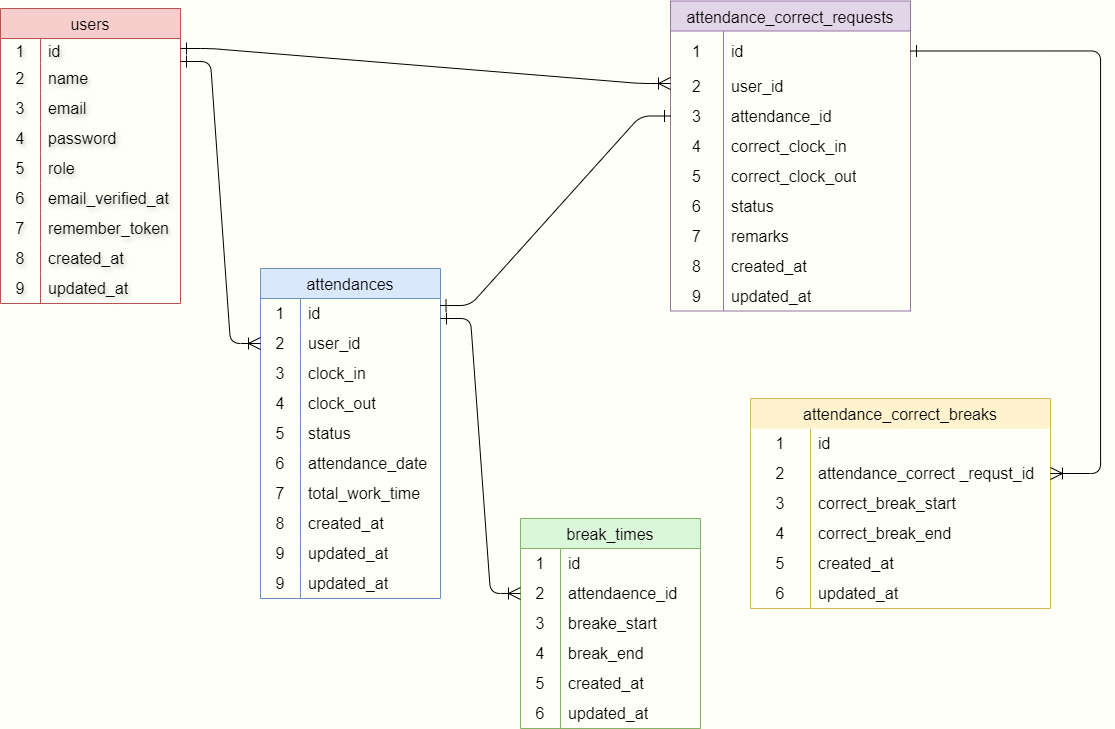
The draw.io diagram kintaikanri-app01.png in hiroko4ikeda8/kintaikanri-app, before a commit. Source tidied: cells renumbered, new cells last; positions are measured from the earlier drawing's top-left corner, leaving out a move shared by most shapes.
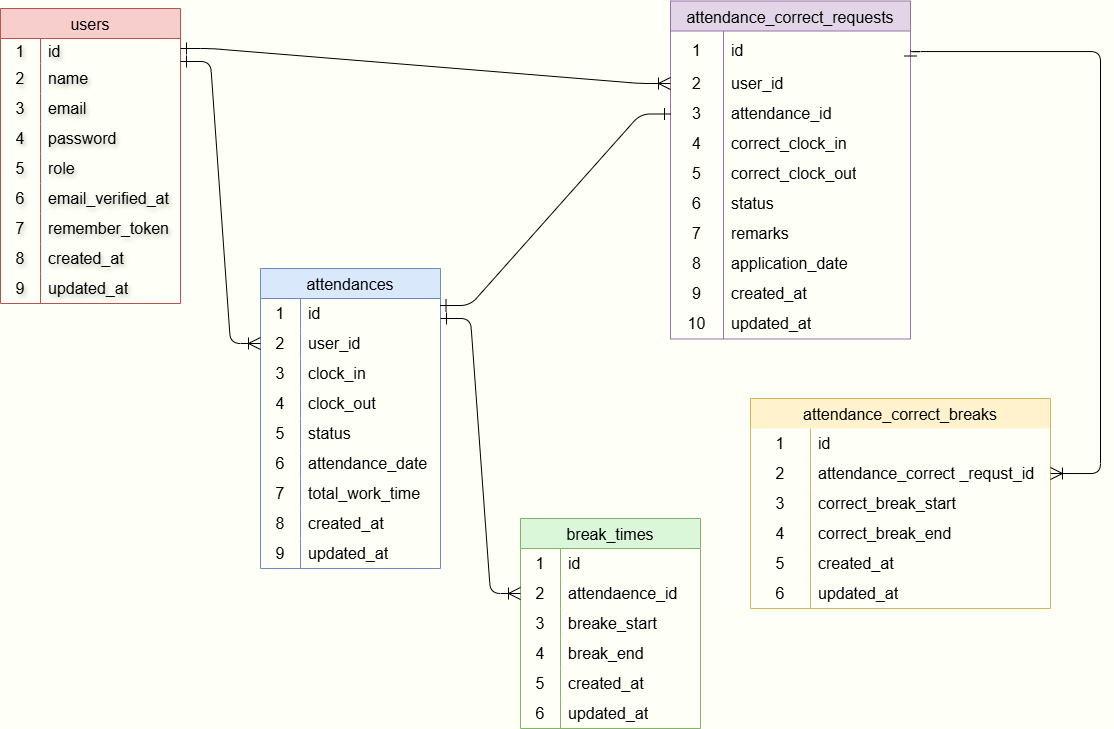
The same file after the commit.

Diff of the diagram source:
```diff
@@ -87,7 +87,7 @@
       <mxGeometry x="40" width="140" height="30" as="geometry" />
     </mxCell>
     <mxCell id="30" value="attendances" style="shape=table;startSize=30;rowLines=0;fontStyle=0;strokeColor=#6c8ebf;fontSize=16;fillColor=#dae8fc;" parent="1" vertex="1">
-      <mxGeometry x="260" y="268" width="180" height="330" as="geometry" />
+      <mxGeometry x="260" y="268" width="180" height="300" as="geometry" />
     </mxCell>
     <mxCell id="31" style="shape=tableRow;horizontal=0;startSize=0;swimlaneHead=0;swimlaneBody=0;top=0;left=0;bottom=0;right=0;fillColor=none;strokeColor=inherit;fontSize=16;" parent="30" vertex="1">
       <mxGeometry y="30" width="180" height="30" as="geometry" />
@@ -170,15 +170,6 @@
     <mxCell id="57" value="&lt;span style=&quot;color: rgb(0, 0, 0);&quot;&gt;updated_at&lt;/span&gt;" style="shape=partialRectangle;html=1;whiteSpace=wrap;fillColor=none;top=0;left=0;bottom=0;right=0;align=left;spacingLeft=6;overflow=hidden;strokeColor=inherit;fontSize=16;" parent="55" vertex="1">
       <mxGeometry x="40" width="140" height="30" as="geometry" />
     </mxCell>
-    <mxCell id="58" style="shape=tableRow;horizontal=0;startSize=0;swimlaneHead=0;swimlaneBody=0;top=0;left=0;bottom=0;right=0;fillColor=none;strokeColor=inherit;fontSize=16;" parent="30" vertex="1">
-      <mxGeometry y="300" width="180" height="30" as="geometry" />
-    </mxCell>
-    <mxCell id="59" value="9" style="shape=partialRectangle;html=1;whiteSpace=wrap;fillColor=none;top=0;left=0;bottom=0;right=0;overflow=hidden;strokeColor=inherit;fontSize=16;" parent="58" vertex="1">
-      <mxGeometry width="40" height="30" as="geometry" />
-    </mxCell>
-    <mxCell id="60" value="&lt;span style=&quot;color: rgb(0, 0, 0);&quot;&gt;updated_at&lt;/span&gt;" style="shape=partialRectangle;html=1;whiteSpace=wrap;fillColor=none;top=0;left=0;bottom=0;right=0;align=left;spacingLeft=6;overflow=hidden;strokeColor=inherit;fontSize=16;" parent="58" vertex="1">
-      <mxGeometry x="40" width="140" height="30" as="geometry" />
-    </mxCell>
     <mxCell id="61" value="break_times" style="shape=table;startSize=30;rowLines=0;fontStyle=0;strokeColor=#82b366;fontSize=16;fillColor=light-dark(#daf7d9, #1f2f1e);" parent="1" vertex="1">
       <mxGeometry x="520" y="518" width="180" height="210" as="geometry" />
     </mxCell>
@@ -237,19 +228,19 @@
       <mxGeometry x="40" width="140" height="30" as="geometry" />
     </mxCell>
     <mxCell id="80" value="attendance_correct_requests" style="shape=table;startSize=30;rowLines=0;fontStyle=0;strokeColor=#9673a6;fontSize=16;rounded=0;fillColor=#e1d5e7;" parent="1" vertex="1">
-      <mxGeometry x="670" y="0.5" width="240" height="310" as="geometry" />
+      <mxGeometry x="670" y="0.5" width="240" height="338" as="geometry" />
     </mxCell>
     <mxCell id="81" style="shape=tableRow;horizontal=0;startSize=0;swimlaneHead=0;swimlaneBody=0;top=0;left=0;bottom=0;right=0;fillColor=none;points=[[0,0.5],[1,0.5]];portConstraint=eastwest;strokeColor=inherit;fontSize=16;" parent="80" vertex="1">
-      <mxGeometry y="30" width="240" height="40" as="geometry" />
+      <mxGeometry y="30" width="240" height="38" as="geometry" />
     </mxCell>
     <mxCell id="82" value="1" style="shape=partialRectangle;html=1;whiteSpace=wrap;fillColor=none;top=0;left=0;bottom=0;right=0;overflow=hidden;strokeColor=inherit;fontSize=16;" parent="81" vertex="1">
-      <mxGeometry width="53" height="40" as="geometry" />
+      <mxGeometry width="53" height="38" as="geometry" />
     </mxCell>
     <mxCell id="83" value="id" style="shape=partialRectangle;html=1;whiteSpace=wrap;fillColor=none;top=0;left=0;bottom=0;right=0;align=left;spacingLeft=6;overflow=hidden;strokeColor=inherit;fontSize=16;" parent="81" vertex="1">
-      <mxGeometry x="53" width="187" height="40" as="geometry" />
+      <mxGeometry x="53" width="187" height="38" as="geometry" />
     </mxCell>
     <mxCell id="84" style="shape=tableRow;horizontal=0;startSize=0;swimlaneHead=0;swimlaneBody=0;top=0;left=0;bottom=0;right=0;fillColor=none;strokeColor=inherit;fontSize=16;" parent="80" vertex="1">
-      <mxGeometry y="70" width="240" height="30" as="geometry" />
+      <mxGeometry y="68" width="240" height="30" as="geometry" />
     </mxCell>
     <mxCell id="85" value="2" style="shape=partialRectangle;html=1;whiteSpace=wrap;fillColor=none;top=0;left=0;bottom=0;right=0;overflow=hidden;strokeColor=inherit;fontSize=16;" parent="84" vertex="1">
       <mxGeometry width="53" height="30" as="geometry" />
@@ -258,7 +249,7 @@
       <mxGeometry x="53" width="187" height="30" as="geometry" />
     </mxCell>
     <mxCell id="87" style="shape=tableRow;horizontal=0;startSize=0;swimlaneHead=0;swimlaneBody=0;top=0;left=0;bottom=0;right=0;fillColor=none;points=[[0,0.5],[1,0.5]];portConstraint=eastwest;strokeColor=inherit;fontSize=16;" parent="80" vertex="1">
-      <mxGeometry y="100" width="240" height="30" as="geometry" />
+      <mxGeometry y="98" width="240" height="30" as="geometry" />
     </mxCell>
     <mxCell id="88" value="3" style="shape=partialRectangle;html=1;whiteSpace=wrap;fillColor=none;top=0;left=0;bottom=0;right=0;overflow=hidden;strokeColor=inherit;fontSize=16;" parent="87" vertex="1">
       <mxGeometry width="53" height="30" as="geometry" />
@@ -267,7 +258,7 @@
       <mxGeometry x="53" width="187" height="30" as="geometry" />
     </mxCell>
     <mxCell id="90" style="shape=tableRow;horizontal=0;startSize=0;swimlaneHead=0;swimlaneBody=0;top=0;left=0;bottom=0;right=0;fillColor=none;strokeColor=inherit;fontSize=16;" parent="80" vertex="1">
-      <mxGeometry y="130" width="240" height="30" as="geometry" />
+      <mxGeometry y="128" width="240" height="30" as="geometry" />
     </mxCell>
     <mxCell id="91" value="4" style="shape=partialRectangle;html=1;whiteSpace=wrap;fillColor=none;top=0;left=0;bottom=0;right=0;overflow=hidden;strokeColor=inherit;fontSize=16;" parent="90" vertex="1">
       <mxGeometry width="53" height="30" as="geometry" />
@@ -276,7 +267,7 @@
       <mxGeometry x="53" width="187" height="30" as="geometry" />
     </mxCell>
     <mxCell id="93" style="shape=tableRow;horizontal=0;startSize=0;swimlaneHead=0;swimlaneBody=0;top=0;left=0;bottom=0;right=0;fillColor=none;strokeColor=inherit;fontSize=16;" parent="80" vertex="1">
-      <mxGeometry y="160" width="240" height="30" as="geometry" />
+      <mxGeometry y="158" width="240" height="30" as="geometry" />
     </mxCell>
     <mxCell id="94" value="5" style="shape=partialRectangle;html=1;whiteSpace=wrap;fillColor=none;top=0;left=0;bottom=0;right=0;overflow=hidden;strokeColor=inherit;fontSize=16;" parent="93" vertex="1">
       <mxGeometry width="53" height="30" as="geometry" />
@@ -285,7 +276,7 @@
       <mxGeometry x="53" width="187" height="30" as="geometry" />
     </mxCell>
     <mxCell id="96" style="shape=tableRow;horizontal=0;startSize=0;swimlaneHead=0;swimlaneBody=0;top=0;left=0;bottom=0;right=0;fillColor=none;strokeColor=inherit;fontSize=16;" parent="80" vertex="1">
-      <mxGeometry y="190" width="240" height="30" as="geometry" />
+      <mxGeometry y="188" width="240" height="30" as="geometry" />
     </mxCell>
     <mxCell id="97" value="6" style="shape=partialRectangle;html=1;whiteSpace=wrap;fillColor=none;top=0;left=0;bottom=0;right=0;overflow=hidden;strokeColor=inherit;fontSize=16;" parent="96" vertex="1">
       <mxGeometry width="53" height="30" as="geometry" />
@@ -294,7 +285,7 @@
       <mxGeometry x="53" width="187" height="30" as="geometry" />
     </mxCell>
     <mxCell id="99" style="shape=tableRow;horizontal=0;startSize=0;swimlaneHead=0;swimlaneBody=0;top=0;left=0;bottom=0;right=0;fillColor=none;strokeColor=inherit;fontSize=16;" parent="80" vertex="1">
-      <mxGeometry y="220" width="240" height="30" as="geometry" />
+      <mxGeometry y="218" width="240" height="30" as="geometry" />
     </mxCell>
     <mxCell id="100" value="7" style="shape=partialRectangle;html=1;whiteSpace=wrap;fillColor=none;top=0;left=0;bottom=0;right=0;overflow=hidden;strokeColor=inherit;fontSize=16;" parent="99" vertex="1">
       <mxGeometry width="53" height="30" as="geometry" />
@@ -303,23 +294,32 @@
       <mxGeometry x="53" width="187" height="30" as="geometry" />
     </mxCell>
     <mxCell id="102" style="shape=tableRow;horizontal=0;startSize=0;swimlaneHead=0;swimlaneBody=0;top=0;left=0;bottom=0;right=0;fillColor=none;strokeColor=inherit;fontSize=16;" parent="80" vertex="1">
-      <mxGeometry y="250" width="240" height="30" as="geometry" />
+      <mxGeometry y="248" width="240" height="30" as="geometry" />
     </mxCell>
     <mxCell id="103" value="8" style="shape=partialRectangle;html=1;whiteSpace=wrap;fillColor=none;top=0;left=0;bottom=0;right=0;overflow=hidden;strokeColor=inherit;fontSize=16;" parent="102" vertex="1">
       <mxGeometry width="53" height="30" as="geometry" />
     </mxCell>
-    <mxCell id="104" value="created_at" style="shape=partialRectangle;html=1;whiteSpace=wrap;fillColor=none;top=0;left=0;bottom=0;right=0;align=left;spacingLeft=6;overflow=hidden;strokeColor=inherit;fontSize=16;" parent="102" vertex="1">
+    <mxCell id="104" value="application_date" style="shape=partialRectangle;html=1;whiteSpace=wrap;fillColor=none;top=0;left=0;bottom=0;right=0;align=left;spacingLeft=6;overflow=hidden;strokeColor=inherit;fontSize=16;" parent="102" vertex="1">
       <mxGeometry x="53" width="187" height="30" as="geometry" />
     </mxCell>
     <mxCell id="105" style="shape=tableRow;horizontal=0;startSize=0;swimlaneHead=0;swimlaneBody=0;top=0;left=0;bottom=0;right=0;fillColor=none;strokeColor=inherit;fontSize=16;" parent="80" vertex="1">
-      <mxGeometry y="280" width="240" height="30" as="geometry" />
+      <mxGeometry y="278" width="240" height="30" as="geometry" />
     </mxCell>
     <mxCell id="106" value="9" style="shape=partialRectangle;html=1;whiteSpace=wrap;fillColor=none;top=0;left=0;bottom=0;right=0;overflow=hidden;strokeColor=inherit;fontSize=16;" parent="105" vertex="1">
       <mxGeometry width="53" height="30" as="geometry" />
     </mxCell>
-    <mxCell id="107" value="updated_at" style="shape=partialRectangle;html=1;whiteSpace=wrap;fillColor=none;top=0;left=0;bottom=0;right=0;align=left;spacingLeft=6;overflow=hidden;strokeColor=inherit;fontSize=16;" parent="105" vertex="1">
+    <mxCell id="107" value="&lt;span style=&quot;color: rgb(0, 0, 0);&quot;&gt;created_at&lt;/span&gt;" style="shape=partialRectangle;html=1;whiteSpace=wrap;fillColor=none;top=0;left=0;bottom=0;right=0;align=left;spacingLeft=6;overflow=hidden;strokeColor=inherit;fontSize=16;" parent="105" vertex="1">
       <mxGeometry x="53" width="187" height="30" as="geometry" />
     </mxCell>
+    <mxCell id="132" style="shape=tableRow;horizontal=0;startSize=0;swimlaneHead=0;swimlaneBody=0;top=0;left=0;bottom=0;right=0;fillColor=none;strokeColor=inherit;fontSize=16;" parent="80" vertex="1">
+      <mxGeometry y="308" width="240" height="30" as="geometry" />
+    </mxCell>
+    <mxCell id="133" value="10" style="shape=partialRectangle;html=1;whiteSpace=wrap;fillColor=none;top=0;left=0;bottom=0;right=0;overflow=hidden;strokeColor=inherit;fontSize=16;" parent="132" vertex="1">
+      <mxGeometry width="53" height="30" as="geometry" />
+    </mxCell>
+    <mxCell id="60" value="updated_at" style="shape=partialRectangle;html=1;whiteSpace=wrap;fillColor=none;top=0;left=0;bottom=0;right=0;align=left;spacingLeft=6;overflow=hidden;strokeColor=inherit;fontSize=16;" parent="132" vertex="1">
+      <mxGeometry x="53" width="187" height="30" as="geometry" />
+    </mxCell>
     <mxCell id="108" value="attendance_correct_breaks" style="shape=table;startSize=30;rowLines=0;fontStyle=0;strokeColor=#d6b656;fontSize=16;fillColor=#fff2cc;swimlaneLine=0;perimeterSpacing=0;shadow=0;fontColor=default;" parent="1" vertex="1">
       <mxGeometry x="750" y="398" width="300" height="210" as="geometry" />
     </mxCell>
```
